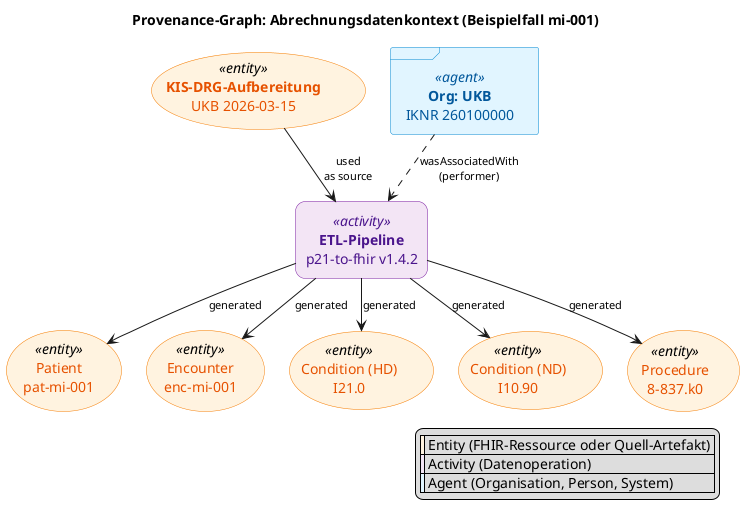
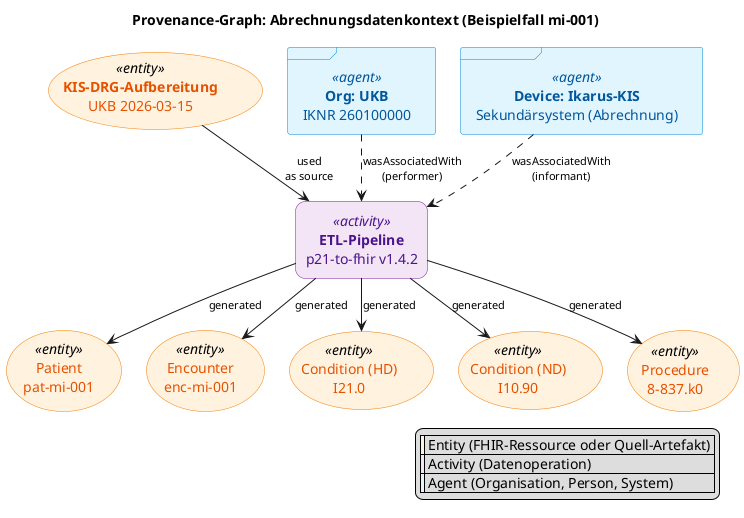
@startuml Abrechnungskontext_Prov_Graph

title Provenance-Graph: Abrechnungsdatenkontext (Beispielfall mi-001)

skinparam shadowing false
skinparam DefaultTextAlignment center
skinparam RankSep 35
skinparam NodeSep 25
skinparam ArrowFontSize 11

' W3C PROV color convention:
'   Entity   = ochre/orange
'   Activity = purple
'   Agent    = blue

skinparam usecase<<entity>> {
    BackgroundColor #fff3e0
    BorderColor #f57c00
    FontColor #e65100
}

skinparam rectangle<<activity>> {
    BackgroundColor #f3e5f5
    BorderColor #7b1fa2
    FontColor #4a148c
    RoundCorner 20
}

skinparam frame<<agent>> {
    BackgroundColor #e1f5ff
    BorderColor #0288d1
    FontColor #01579b
}

' === Source-Entity ===
usecase "**KIS-DRG-Aufbereitung**\nUKB 2026-03-15" as KIS <<entity>>

' === Activity ===
rectangle "**ETL-Pipeline**\np21-to-fhir v1.4.2" as ETL <<activity>>

- ' === Agent ===
+ ' === Agents ===
frame "**Org: UKB**\nIKNR 260100000" as UKB <<agent>>
+ frame "**Device: Ikarus-KIS**\nSekundärsystem (Abrechnung)" as KISsrc <<agent>>

' === Generated entities ===
usecase "Patient\npat-mi-001" as Patient <<entity>>
usecase "Encounter\nenc-mi-001" as Encounter <<entity>>
usecase "Condition (HD)\nI21.0" as CondHD <<entity>>
usecase "Condition (ND)\nI10.90" as CondND <<entity>>
usecase "Procedure\n8-837.k0" as Proc <<entity>>

' === Relationships ===
- KIS --> ETL : used\nas source
- UKB ..> ETL : wasAssociatedWith\n(performer)
+ KIS    --> ETL : used\nas source
+ UKB    ..> ETL : wasAssociatedWith\n(performer)
+ KISsrc ..> ETL : wasAssociatedWith\n(informant)
ETL --> Patient   : generated
ETL --> Encounter : generated
ETL --> CondHD    : generated
ETL --> CondND    : generated
ETL --> Proc      : generated

legend right
  | <#fff3e0> | Entity (FHIR-Ressource oder Quell-Artefakt) |
  | <#f3e5f5> | Activity (Datenoperation) |
  | <#e1f5ff> | Agent (Organisation, Person, System) |
endlegend

@enduml
